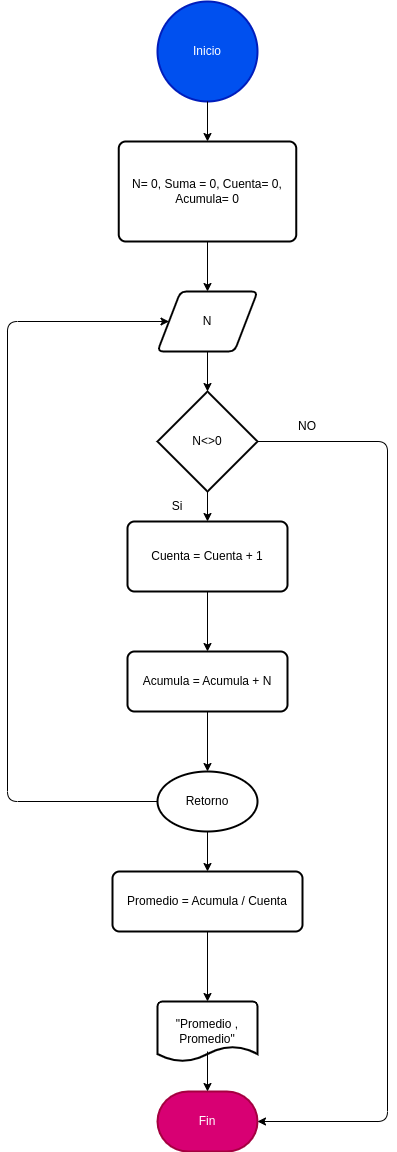
Earlier version of the draw.io export Unidad_1/Tareas/Tarea2/tarea2/images/Diagrama-flujo.drawio.png (Joseman2000LR/Programacion). Source tidied: cells renumbered, new cells last; positions are measured from the earlier drawing's top-left corner, leaving out a move shared by most shapes. Source of this version:
```xml
<mxGraphModel>
  <root>
    <mxCell id="0" />
    <mxCell id="1" parent="0" />
    <mxCell id="2" value="Inicio" style="strokeWidth=2;html=1;shape=mxgraph.flowchart.start_2;whiteSpace=wrap;fillColor=#0050ef;fontColor=#ffffff;strokeColor=#001DBC;" parent="1" vertex="1">
      <mxGeometry x="150" width="100" height="100" as="geometry" />
    </mxCell>
    <mxCell id="3" value="N= 0, Suma = 0, Cuenta= 0, Acumula= 0" style="rounded=1;whiteSpace=wrap;html=1;absoluteArcSize=1;arcSize=14;strokeWidth=2;" parent="1" vertex="1">
      <mxGeometry x="111.2" y="140" width="177.5" height="100" as="geometry" />
    </mxCell>
    <mxCell id="4" value="Fin" style="strokeWidth=2;html=1;shape=mxgraph.flowchart.terminator;whiteSpace=wrap;fillColor=#d80073;fontColor=#ffffff;strokeColor=#A50040;" parent="1" vertex="1">
      <mxGeometry x="150" y="1090" width="100" height="60" as="geometry" />
    </mxCell>
    <mxCell id="5" value="N" style="shape=parallelogram;html=1;strokeWidth=2;perimeter=parallelogramPerimeter;whiteSpace=wrap;rounded=1;arcSize=12;size=0.23;" parent="1" vertex="1">
      <mxGeometry x="150" y="290" width="100" height="60" as="geometry" />
    </mxCell>
    <mxCell id="6" value="N&amp;lt;&amp;gt;0" style="strokeWidth=2;html=1;shape=mxgraph.flowchart.decision;whiteSpace=wrap;" parent="1" vertex="1">
      <mxGeometry x="150" y="390" width="100" height="100" as="geometry" />
    </mxCell>
    <mxCell id="7" value="Cuenta = Cuenta + 1" style="rounded=1;whiteSpace=wrap;html=1;absoluteArcSize=1;arcSize=14;strokeWidth=2;" parent="1" vertex="1">
      <mxGeometry x="120" y="520" width="160" height="70" as="geometry" />
    </mxCell>
    <mxCell id="8" value="Acumula = Acumula + N" style="rounded=1;whiteSpace=wrap;html=1;absoluteArcSize=1;arcSize=14;strokeWidth=2;" parent="1" vertex="1">
      <mxGeometry x="120" y="650" width="160" height="60" as="geometry" />
    </mxCell>
    <mxCell id="9" value="Retorno" style="strokeWidth=2;html=1;shape=mxgraph.flowchart.start_1;whiteSpace=wrap;" parent="1" vertex="1">
      <mxGeometry x="150" y="770" width="100" height="60" as="geometry" />
    </mxCell>
    <mxCell id="10" value="Promedio = Acumula / Cuenta" style="rounded=1;whiteSpace=wrap;html=1;absoluteArcSize=1;arcSize=14;strokeWidth=2;" parent="1" vertex="1">
      <mxGeometry x="105" y="870" width="190" height="60" as="geometry" />
    </mxCell>
    <mxCell id="11" value="&quot;Promedio , Promedio&quot;" style="strokeWidth=2;html=1;shape=mxgraph.flowchart.document2;whiteSpace=wrap;size=0.25;" parent="1" vertex="1">
      <mxGeometry x="150" y="1000" width="100" height="60" as="geometry" />
    </mxCell>
    <mxCell id="12" style="endArrow=classic;html=1;exitX=0.5;exitY=0.833;exitDx=0;exitDy=0;exitPerimeter=0;entryX=0.5;entryY=0;entryDx=0;entryDy=0;entryPerimeter=0;" parent="1" edge="1" source="11" target="4">
      <mxGeometry relative="1" as="geometry" />
    </mxCell>
    <mxCell id="13" style="endArrow=classic;html=1;exitX=0.5;exitY=1;exitDx=0;exitDy=0;exitPerimeter=0;entryX=0.5;entryY=0;entryDx=0;entryDy=0;" parent="1" edge="1" source="2" target="3">
      <mxGeometry relative="1" as="geometry" />
    </mxCell>
    <mxCell id="14" style="endArrow=classic;html=1;exitX=0.5;exitY=1;exitDx=0;exitDy=0;" parent="1" edge="1" source="3" target="5">
      <mxGeometry relative="1" as="geometry" />
    </mxCell>
    <mxCell id="15" style="endArrow=classic;html=1;exitX=0;exitY=0.5;exitDx=0;exitDy=0;exitPerimeter=0;entryX=0;entryY=0.5;entryDx=0;entryDy=0;" parent="1" edge="1" source="9" target="5">
      <mxGeometry relative="1" as="geometry">
        <Array as="points">
          <mxPoint y="800" />
          <mxPoint y="320" />
        </Array>
      </mxGeometry>
    </mxCell>
    <mxCell id="16" style="endArrow=classic;html=1;exitX=0.5;exitY=1;exitDx=0;exitDy=0;entryX=0.5;entryY=0;entryDx=0;entryDy=0;entryPerimeter=0;" parent="1" edge="1" source="5" target="6">
      <mxGeometry relative="1" as="geometry" />
    </mxCell>
    <mxCell id="17" style="endArrow=classic;html=1;exitX=0.5;exitY=1;exitDx=0;exitDy=0;exitPerimeter=0;entryX=0.5;entryY=0;entryDx=0;entryDy=0;" parent="1" edge="1" source="6" target="7">
      <mxGeometry relative="1" as="geometry" />
    </mxCell>
    <mxCell id="18" style="endArrow=classic;html=1;exitX=0.5;exitY=1;exitDx=0;exitDy=0;entryX=0.5;entryY=0;entryDx=0;entryDy=0;" parent="1" edge="1" source="7" target="8">
      <mxGeometry relative="1" as="geometry" />
    </mxCell>
    <mxCell id="19" style="endArrow=classic;html=1;exitX=0.5;exitY=1;exitDx=0;exitDy=0;" parent="1" edge="1" source="8" target="9">
      <mxGeometry relative="1" as="geometry" />
    </mxCell>
    <mxCell id="20" style="endArrow=classic;html=1;entryX=0.5;entryY=0;entryDx=0;entryDy=0;exitX=0.5;exitY=1;exitDx=0;exitDy=0;exitPerimeter=0;" parent="1" edge="1" source="9" target="10">
      <mxGeometry relative="1" as="geometry" />
    </mxCell>
    <mxCell id="21" style="endArrow=classic;html=1;exitX=0.5;exitY=1;exitDx=0;exitDy=0;entryX=0.5;entryY=0;entryDx=0;entryDy=0;entryPerimeter=0;" parent="1" edge="1" source="10" target="11">
      <mxGeometry relative="1" as="geometry" />
    </mxCell>
    <mxCell id="22" style="endArrow=classic;html=1;exitX=1;exitY=0.5;exitDx=0;exitDy=0;exitPerimeter=0;entryX=1;entryY=0.5;entryDx=0;entryDy=0;entryPerimeter=0;" parent="1" edge="1" source="6" target="4">
      <mxGeometry relative="1" as="geometry">
        <Array as="points">
          <mxPoint x="380" y="440" />
          <mxPoint x="380" y="1120" />
        </Array>
      </mxGeometry>
    </mxCell>
    <mxCell id="23" value="NO" style="text;html=1;strokeColor=none;fillColor=none;align=center;verticalAlign=middle;whiteSpace=wrap;rounded=0;" parent="1" vertex="1">
      <mxGeometry x="270" y="410" width="60" height="30" as="geometry" />
    </mxCell>
    <mxCell id="24" value="Si" style="text;html=1;strokeColor=none;fillColor=none;align=center;verticalAlign=middle;whiteSpace=wrap;rounded=0;" parent="1" vertex="1">
      <mxGeometry x="140" y="490" width="60" height="30" as="geometry" />
    </mxCell>
  </root>
</mxGraphModel>
```
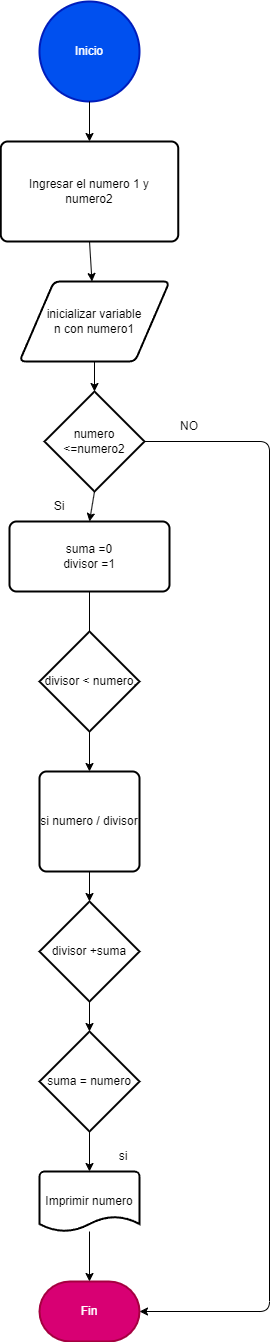
Above is the later version.

The edit, as a diff of the source:
```diff
@@ -5,73 +5,49 @@
     <mxCell id="2" value="Inicio" style="strokeWidth=2;html=1;shape=mxgraph.flowchart.start_2;whiteSpace=wrap;fillColor=#0050ef;fontColor=#ffffff;strokeColor=#001DBC;" parent="1" vertex="1">
       <mxGeometry x="150" width="100" height="100" as="geometry" />
     </mxCell>
-    <mxCell id="3" value="N= 0, Suma = 0, Cuenta= 0, Acumula= 0" style="rounded=1;whiteSpace=wrap;html=1;absoluteArcSize=1;arcSize=14;strokeWidth=2;" parent="1" vertex="1">
+    <mxCell id="3" value="Ingresar el numero 1 y&lt;br&gt;&amp;nbsp;numero2&amp;nbsp;" style="rounded=1;whiteSpace=wrap;html=1;absoluteArcSize=1;arcSize=14;strokeWidth=2;" parent="1" vertex="1">
       <mxGeometry x="111.2" y="140" width="177.5" height="100" as="geometry" />
     </mxCell>
     <mxCell id="4" value="Fin" style="strokeWidth=2;html=1;shape=mxgraph.flowchart.terminator;whiteSpace=wrap;fillColor=#d80073;fontColor=#ffffff;strokeColor=#A50040;" parent="1" vertex="1">
-      <mxGeometry x="150" y="1090" width="100" height="60" as="geometry" />
+      <mxGeometry x="150" y="1280" width="100" height="60" as="geometry" />
     </mxCell>
-    <mxCell id="5" value="N" style="shape=parallelogram;html=1;strokeWidth=2;perimeter=parallelogramPerimeter;whiteSpace=wrap;rounded=1;arcSize=12;size=0.23;" parent="1" vertex="1">
-      <mxGeometry x="150" y="290" width="100" height="60" as="geometry" />
+    <mxCell id="5" value="inicializar variable&lt;br&gt;n con numero1" style="shape=parallelogram;html=1;strokeWidth=2;perimeter=parallelogramPerimeter;whiteSpace=wrap;rounded=1;arcSize=12;size=0.23;" parent="1" vertex="1">
+      <mxGeometry x="130" y="280" width="150" height="80" as="geometry" />
     </mxCell>
-    <mxCell id="6" value="N&amp;lt;&amp;gt;0" style="strokeWidth=2;html=1;shape=mxgraph.flowchart.decision;whiteSpace=wrap;" parent="1" vertex="1">
-      <mxGeometry x="150" y="390" width="100" height="100" as="geometry" />
+    <mxCell id="6" value="numero &amp;lt;=numero2" style="strokeWidth=2;html=1;shape=mxgraph.flowchart.decision;whiteSpace=wrap;" parent="1" vertex="1">
+      <mxGeometry x="155" y="390" width="100" height="100" as="geometry" />
     </mxCell>
-    <mxCell id="7" value="Cuenta = Cuenta + 1" style="rounded=1;whiteSpace=wrap;html=1;absoluteArcSize=1;arcSize=14;strokeWidth=2;" parent="1" vertex="1">
+    <mxCell id="7" value="suma =0&lt;br&gt;divisor =1" style="rounded=1;whiteSpace=wrap;html=1;absoluteArcSize=1;arcSize=14;strokeWidth=2;" parent="1" vertex="1">
       <mxGeometry x="120" y="520" width="160" height="70" as="geometry" />
     </mxCell>
-    <mxCell id="8" value="Acumula = Acumula + N" style="rounded=1;whiteSpace=wrap;html=1;absoluteArcSize=1;arcSize=14;strokeWidth=2;" parent="1" vertex="1">
-      <mxGeometry x="120" y="650" width="160" height="60" as="geometry" />
-    </mxCell>
-    <mxCell id="9" value="Retorno" style="strokeWidth=2;html=1;shape=mxgraph.flowchart.start_1;whiteSpace=wrap;" parent="1" vertex="1">
-      <mxGeometry x="150" y="770" width="100" height="60" as="geometry" />
-    </mxCell>
-    <mxCell id="10" value="Promedio = Acumula / Cuenta" style="rounded=1;whiteSpace=wrap;html=1;absoluteArcSize=1;arcSize=14;strokeWidth=2;" parent="1" vertex="1">
-      <mxGeometry x="105" y="870" width="190" height="60" as="geometry" />
-    </mxCell>
-    <mxCell id="11" value="&quot;Promedio , Promedio&quot;" style="strokeWidth=2;html=1;shape=mxgraph.flowchart.document2;whiteSpace=wrap;size=0.25;" parent="1" vertex="1">
-      <mxGeometry x="150" y="1000" width="100" height="60" as="geometry" />
-    </mxCell>
-    <mxCell id="12" style="endArrow=classic;html=1;exitX=0.5;exitY=0.833;exitDx=0;exitDy=0;exitPerimeter=0;entryX=0.5;entryY=0;entryDx=0;entryDy=0;entryPerimeter=0;" parent="1" edge="1" source="11" target="4">
-      <mxGeometry relative="1" as="geometry" />
-    </mxCell>
     <mxCell id="13" style="endArrow=classic;html=1;exitX=0.5;exitY=1;exitDx=0;exitDy=0;exitPerimeter=0;entryX=0.5;entryY=0;entryDx=0;entryDy=0;" parent="1" edge="1" source="2" target="3">
       <mxGeometry relative="1" as="geometry" />
     </mxCell>
     <mxCell id="14" style="endArrow=classic;html=1;exitX=0.5;exitY=1;exitDx=0;exitDy=0;" parent="1" edge="1" source="3" target="5">
       <mxGeometry relative="1" as="geometry" />
     </mxCell>
-    <mxCell id="15" style="endArrow=classic;html=1;exitX=0;exitY=0.5;exitDx=0;exitDy=0;exitPerimeter=0;entryX=0;entryY=0.5;entryDx=0;entryDy=0;" parent="1" edge="1" source="9" target="5">
-      <mxGeometry relative="1" as="geometry">
-        <Array as="points">
-          <mxPoint y="800" />
-          <mxPoint y="320" />
-        </Array>
-      </mxGeometry>
-    </mxCell>
     <mxCell id="16" style="endArrow=classic;html=1;exitX=0.5;exitY=1;exitDx=0;exitDy=0;entryX=0.5;entryY=0;entryDx=0;entryDy=0;entryPerimeter=0;" parent="1" edge="1" source="5" target="6">
       <mxGeometry relative="1" as="geometry" />
     </mxCell>
     <mxCell id="17" style="endArrow=classic;html=1;exitX=0.5;exitY=1;exitDx=0;exitDy=0;exitPerimeter=0;entryX=0.5;entryY=0;entryDx=0;entryDy=0;" parent="1" edge="1" source="6" target="7">
       <mxGeometry relative="1" as="geometry" />
     </mxCell>
-    <mxCell id="18" style="endArrow=classic;html=1;exitX=0.5;exitY=1;exitDx=0;exitDy=0;entryX=0.5;entryY=0;entryDx=0;entryDy=0;" parent="1" edge="1" source="7" target="8">
-      <mxGeometry relative="1" as="geometry" />
+    <mxCell id="18" style="endArrow=classic;html=1;exitX=0.5;exitY=1;exitDx=0;exitDy=0;entryX=0.5;entryY=0;entryDx=0;entryDy=0;" parent="1" edge="1" source="7">
+      <mxGeometry relative="1" as="geometry">
+        <mxPoint x="200" y="650" as="targetPoint" />
+      </mxGeometry>
     </mxCell>
-    <mxCell id="19" style="endArrow=classic;html=1;exitX=0.5;exitY=1;exitDx=0;exitDy=0;" parent="1" edge="1" source="8" target="9">
-      <mxGeometry relative="1" as="geometry" />
+    <mxCell id="19" style="endArrow=classic;html=1;exitX=0.5;exitY=1;exitDx=0;exitDy=0;" parent="1" edge="1">
+      <mxGeometry relative="1" as="geometry">
+        <mxPoint x="200" y="710" as="sourcePoint" />
+        <mxPoint x="200" y="770" as="targetPoint" />
+      </mxGeometry>
     </mxCell>
-    <mxCell id="20" style="endArrow=classic;html=1;entryX=0.5;entryY=0;entryDx=0;entryDy=0;exitX=0.5;exitY=1;exitDx=0;exitDy=0;exitPerimeter=0;" parent="1" edge="1" source="9" target="10">
-      <mxGeometry relative="1" as="geometry" />
-    </mxCell>
-    <mxCell id="21" style="endArrow=classic;html=1;exitX=0.5;exitY=1;exitDx=0;exitDy=0;entryX=0.5;entryY=0;entryDx=0;entryDy=0;entryPerimeter=0;" parent="1" edge="1" source="10" target="11">
-      <mxGeometry relative="1" as="geometry" />
-    </mxCell>
     <mxCell id="22" style="endArrow=classic;html=1;exitX=1;exitY=0.5;exitDx=0;exitDy=0;exitPerimeter=0;entryX=1;entryY=0.5;entryDx=0;entryDy=0;entryPerimeter=0;" parent="1" edge="1" source="6" target="4">
       <mxGeometry relative="1" as="geometry">
         <Array as="points">
           <mxPoint x="380" y="440" />
-          <mxPoint x="380" y="1120" />
+          <mxPoint x="380" y="1310" />
         </Array>
       </mxGeometry>
     </mxCell>
@@ -81,5 +57,35 @@
     <mxCell id="24" value="Si" style="text;html=1;strokeColor=none;fillColor=none;align=center;verticalAlign=middle;whiteSpace=wrap;rounded=0;" parent="1" vertex="1">
       <mxGeometry x="140" y="490" width="60" height="30" as="geometry" />
     </mxCell>
+    <mxCell id="25" value="&amp;nbsp;divisor &amp;lt; numero," style="strokeWidth=2;html=1;shape=mxgraph.flowchart.decision;whiteSpace=wrap;" parent="1" vertex="1">
+      <mxGeometry x="150" y="630" width="100" height="100" as="geometry" />
+    </mxCell>
+    <mxCell id="26" value="divisor +suma" style="strokeWidth=2;html=1;shape=mxgraph.flowchart.decision;whiteSpace=wrap;" parent="1" vertex="1">
+      <mxGeometry x="150" y="900" width="100" height="100" as="geometry" />
+    </mxCell>
+    <mxCell id="27" value="si numero / divisor&lt;br&gt;" style="rounded=1;whiteSpace=wrap;html=1;absoluteArcSize=1;arcSize=14;strokeWidth=2;" parent="1" vertex="1">
+      <mxGeometry x="150" y="770" width="100" height="100" as="geometry" />
+    </mxCell>
+    <mxCell id="28" value="suma = numero" style="strokeWidth=2;html=1;shape=mxgraph.flowchart.decision;whiteSpace=wrap;" parent="1" vertex="1">
+      <mxGeometry x="150" y="1030" width="100" height="100" as="geometry" />
+    </mxCell>
+    <mxCell id="29" value="Imprimir numero" style="strokeWidth=2;html=1;shape=mxgraph.flowchart.document2;whiteSpace=wrap;size=0.25;" parent="1" vertex="1">
+      <mxGeometry x="150" y="1170" width="100" height="60" as="geometry" />
+    </mxCell>
+    <mxCell id="30" style="endArrow=classic;html=1;exitX=0.5;exitY=1;exitDx=0;exitDy=0;exitPerimeter=0;entryX=0.5;entryY=0;entryDx=0;entryDy=0;entryPerimeter=0;" parent="1" edge="1" source="28" target="29">
+      <mxGeometry relative="1" as="geometry" />
+    </mxCell>
+    <mxCell id="31" value="si" style="text;html=1;strokeColor=none;fillColor=none;align=center;verticalAlign=middle;whiteSpace=wrap;rounded=0;" parent="1" vertex="1">
+      <mxGeometry x="204" y="1140" width="60" height="30" as="geometry" />
+    </mxCell>
+    <mxCell id="32" style="endArrow=classic;html=1;entryX=0.5;entryY=0;entryDx=0;entryDy=0;entryPerimeter=0;exitX=0.5;exitY=1;exitDx=0;exitDy=0;" parent="1" edge="1" source="27" target="26">
+      <mxGeometry relative="1" as="geometry" />
+    </mxCell>
+    <mxCell id="33" style="endArrow=classic;html=1;entryX=0.5;entryY=0;entryDx=0;entryDy=0;entryPerimeter=0;" parent="1" edge="1" source="29" target="4">
+      <mxGeometry relative="1" as="geometry" />
+    </mxCell>
+    <mxCell id="34" style="endArrow=classic;html=1;exitX=0.5;exitY=1;exitDx=0;exitDy=0;exitPerimeter=0;entryX=0.5;entryY=0;entryDx=0;entryDy=0;entryPerimeter=0;" parent="1" edge="1" source="26" target="28">
+      <mxGeometry relative="1" as="geometry" />
+    </mxCell>
   </root>
 </mxGraphModel>
```
